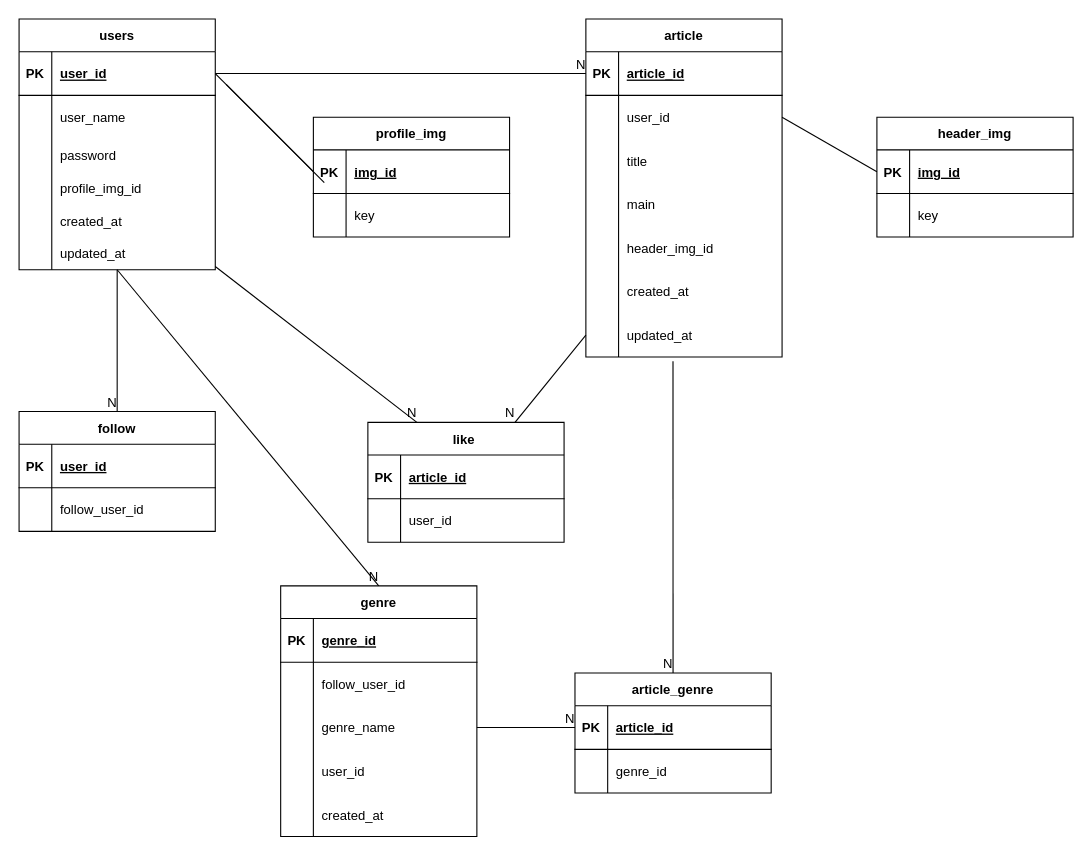
The draw.io diagram infra/db/ER.dio in Yuichi-Kadota/blog-app, before the edit. Source tidied: cells renumbered, new cells numbered last; positions are measured from the earlier drawing's top-left corner, leaving out a move shared by most shapes. Both pictures are drawn from the tidied source at 109%, with x=0, y=0 at pixel (19, 19).
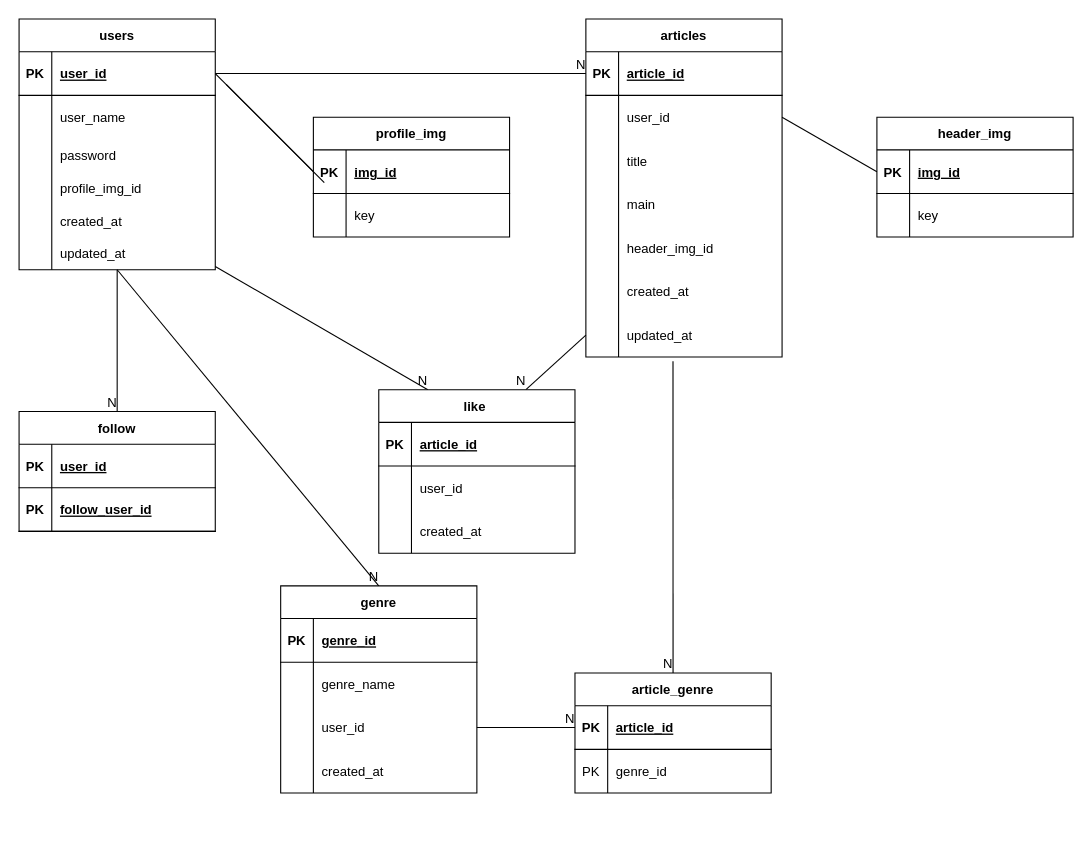
Above is the later version.

Unchanged cells that the change refers to:
```xml
<mxCell id="35" value="follow" style="shape=table;startSize=30;childLayout=tableLayout;rowLines=0;fontStyle=1;align=center;" parent="1" vertex="1">
  <mxGeometry y="360" width="180" height="110" as="geometry" />
</mxCell>
<mxCell id="46" style="shape=partialRectangle;fillColor=none;top=0;left=0;bottom=0;right=0;" parent="42" vertex="1">
  <mxGeometry y="70" width="180" height="40" as="geometry" />
</mxCell>
<mxCell id="49" style="shape=partialRectangle;fillColor=none;top=0;left=0;bottom=0;right=0;points=[[0,0.5],[1,0.5]];portConstraint=eastwest;" parent="42" vertex="1">
  <mxGeometry y="110" width="180" height="40" as="geometry" />
</mxCell>
<mxCell id="77" style="shape=partialRectangle;fillColor=none;top=0;left=0;bottom=0;right=0;" parent="73" vertex="1">
  <mxGeometry y="70" width="180" height="40" as="geometry" />
</mxCell>
```

What changed in the source:
```diff
@@
-    <mxCell id="39" style="shape=partialRectangle;fillColor=none;top=0;left=0;bottom=0;right=0;" parent="35" vertex="1">
-      <mxGeometry y="70" width="180" height="40" as="geometry" />
-    </mxCell>
-    <mxCell id="40" style="shape=partialRectangle;fillColor=none;top=0;left=0;bottom=0;right=0;overflow=hidden;" parent="39" vertex="1">
-      <mxGeometry width="30" height="40" as="geometry" />
-    </mxCell>
+    <mxCell id="111" style="shape=partialRectangle;fillColor=none;top=0;left=0;bottom=1;right=0;" parent="35" vertex="1">
+      <mxGeometry y="70" width="180" height="40" as="geometry" />
+    </mxCell>
+    <mxCell id="112" value="PK" style="shape=partialRectangle;fillColor=none;top=0;left=0;bottom=0;right=0;fontStyle=1;overflow=hidden;" parent="111" vertex="1">
+      <mxGeometry width="30" height="40" as="geometry" />
+    </mxCell>
-    <mxCell id="41" value="follow_user_id" style="shape=partialRectangle;fillColor=none;top=0;left=0;bottom=0;right=0;align=left;spacingLeft=6;overflow=hidden;" parent="39" vertex="1">
+    <mxCell id="41" value="follow_user_id" style="shape=partialRectangle;fillColor=none;top=0;left=0;bottom=0;right=0;align=left;spacingLeft=6;fontStyle=5;overflow=hidden;" parent="111" vertex="1">
       <mxGeometry x="30" width="150" height="40" as="geometry" />
     </mxCell>
     <mxCell id="42" value="genre" style="shape=table;startSize=30;childLayout=tableLayout;rowLines=0;fontStyle=1;align=center;" parent="1" vertex="1">
-      <mxGeometry x="240" y="520" width="180" height="230" as="geometry" />
+      <mxGeometry x="240" y="520" width="180" height="190" as="geometry" />
     </mxCell>
@@
-    <mxCell id="48" value="follow_user_id" style="shape=partialRectangle;fillColor=none;top=0;left=0;bottom=0;right=0;align=left;spacingLeft=6;overflow=hidden;" parent="46" vertex="1">
+    <mxCell id="48" value="genre_name" style="shape=partialRectangle;fillColor=none;top=0;left=0;bottom=0;right=0;align=left;spacingLeft=6;overflow=hidden;" parent="46" vertex="1">
       <mxGeometry x="30" width="150" height="40" as="geometry" />
     </mxCell>
@@
-    <mxCell id="51" value="genre_name" style="shape=partialRectangle;fillColor=none;top=0;left=0;bottom=0;right=0;align=left;spacingLeft=6;overflow=hidden;" parent="49" vertex="1">
+    <mxCell id="51" value="user_id" style="shape=partialRectangle;fillColor=none;top=0;left=0;bottom=0;right=0;align=left;spacingLeft=6;overflow=hidden;" parent="49" vertex="1">
       <mxGeometry x="30" width="150" height="40" as="geometry" />
     </mxCell>
-    <mxCell id="52" style="shape=partialRectangle;fillColor=none;top=0;left=0;bottom=0;right=0;" parent="42" vertex="1">
-      <mxGeometry y="150" width="180" height="40" as="geometry" />
-    </mxCell>
-    <mxCell id="53" style="shape=partialRectangle;fillColor=none;top=0;left=0;bottom=0;right=0;overflow=hidden;" parent="52" vertex="1">
-      <mxGeometry width="30" height="40" as="geometry" />
-    </mxCell>
-    <mxCell id="54" value="user_id" style="shape=partialRectangle;fillColor=none;top=0;left=0;bottom=0;right=0;align=left;spacingLeft=6;overflow=hidden;" parent="52" vertex="1">
-      <mxGeometry x="30" width="150" height="40" as="geometry" />
-    </mxCell>
     <mxCell id="55" style="shape=partialRectangle;fillColor=none;top=0;left=0;bottom=0;right=0;" parent="42" vertex="1">
-      <mxGeometry y="190" width="180" height="40" as="geometry" />
+      <mxGeometry y="150" width="180" height="40" as="geometry" />
     </mxCell>
@@
     <mxCell id="58" value="like " style="shape=table;startSize=30;childLayout=tableLayout;rowLines=0;fontStyle=1;align=center;" parent="1" vertex="1">
-      <mxGeometry x="320" y="370" width="180" height="110" as="geometry" />
+      <mxGeometry x="330" y="340" width="180" height="150" as="geometry" />
     </mxCell>
@@
+    <mxCell id="113" style="shape=partialRectangle;fillColor=none;top=0;left=0;bottom=0;right=0;" parent="58" vertex="1">
+      <mxGeometry y="110" width="180" height="40" as="geometry" />
+    </mxCell>
+    <mxCell id="114" style="shape=partialRectangle;fillColor=none;top=0;left=0;bottom=0;right=0;overflow=hidden;" parent="113" vertex="1">
+      <mxGeometry width="30" height="40" as="geometry" />
+    </mxCell>
+    <mxCell id="115" value="created_at" style="shape=partialRectangle;fillColor=none;top=0;left=0;bottom=0;right=0;align=left;spacingLeft=6;overflow=hidden;" parent="113" vertex="1">
+      <mxGeometry x="30" width="150" height="40" as="geometry" />
+    </mxCell>
@@
-    <mxCell id="78" style="shape=partialRectangle;fillColor=none;top=0;left=0;bottom=0;right=0;overflow=hidden;" parent="77" vertex="1">
+    <mxCell id="78" value="PK" style="shape=partialRectangle;fillColor=none;top=0;left=0;bottom=0;right=0;overflow=hidden;" parent="77" vertex="1">
       <mxGeometry width="30" height="40" as="geometry" />
     </mxCell>
@@
-    <mxCell id="80" value="article" style="shape=table;startSize=30;childLayout=tableLayout;rowLines=0;fontStyle=1;align=center;" parent="1" vertex="1">
+    <mxCell id="80" value="articles" style="shape=table;startSize=30;childLayout=tableLayout;rowLines=0;fontStyle=1;align=center;" parent="1" vertex="1">
       <mxGeometry x="520" width="180" height="310" as="geometry" />
     </mxCell>
```
